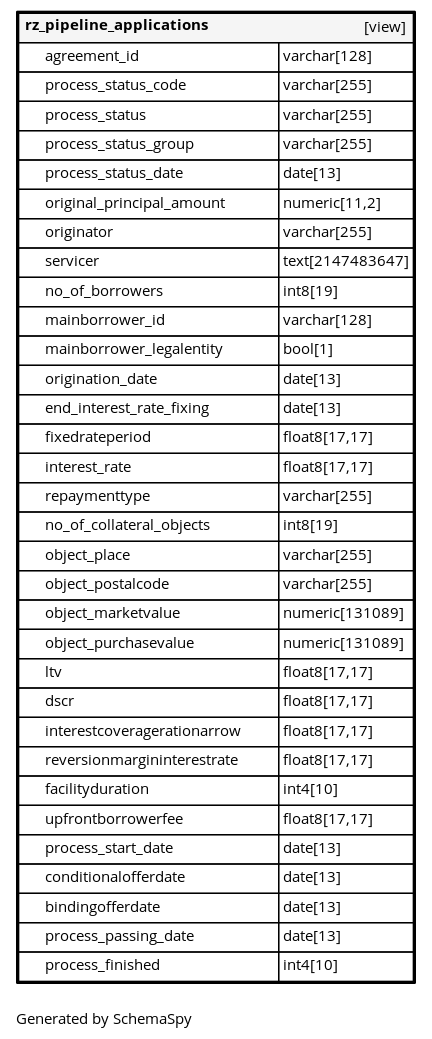
Above: db_standardzone_version01/diagrams/tables/rz_pipeline_applications.1degree.png in fyndoo/fyndoo.github.io (Graphviz), before the change. Its source is kept beside it as db_standardzone_version01/diagrams/tables/rz_pipeline_applications.1degree.dot.
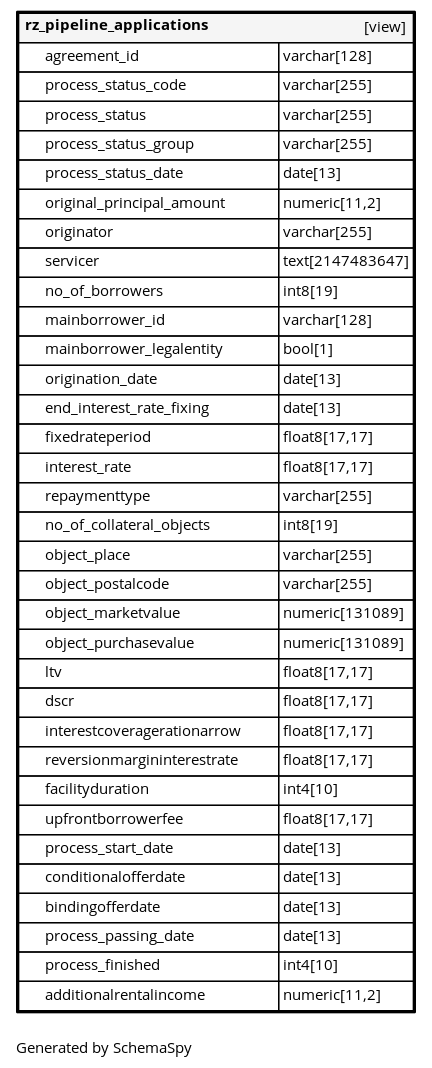
The same diagram one commit later.

The edit, as a diff of the source:
```diff
@@ -54,6 +54,7 @@
       <TR><TD PORT="bindingofferdate" COLSPAN="2" ALIGN="LEFT"><TABLE BORDER="0" CELLSPACING="0" ALIGN="LEFT"><TR ALIGN="LEFT"><TD ALIGN="LEFT" FIXEDSIZE="TRUE" WIDTH="15" HEIGHT="16"></TD><TD ALIGN="LEFT" FIXEDSIZE="TRUE" WIDTH="174" HEIGHT="16">bindingofferdate</TD></TR></TABLE></TD><TD PORT="bindingofferdate.type" ALIGN="LEFT">date[13]</TD></TR>
       <TR><TD PORT="process_passing_date" COLSPAN="2" ALIGN="LEFT"><TABLE BORDER="0" CELLSPACING="0" ALIGN="LEFT"><TR ALIGN="LEFT"><TD ALIGN="LEFT" FIXEDSIZE="TRUE" WIDTH="15" HEIGHT="16"></TD><TD ALIGN="LEFT" FIXEDSIZE="TRUE" WIDTH="174" HEIGHT="16">process_passing_date</TD></TR></TABLE></TD><TD PORT="process_passing_date.type" ALIGN="LEFT">date[13]</TD></TR>
       <TR><TD PORT="process_finished" COLSPAN="2" ALIGN="LEFT"><TABLE BORDER="0" CELLSPACING="0" ALIGN="LEFT"><TR ALIGN="LEFT"><TD ALIGN="LEFT" FIXEDSIZE="TRUE" WIDTH="15" HEIGHT="16"></TD><TD ALIGN="LEFT" FIXEDSIZE="TRUE" WIDTH="174" HEIGHT="16">process_finished</TD></TR></TABLE></TD><TD PORT="process_finished.type" ALIGN="LEFT">int4[10]</TD></TR>
+      <TR><TD PORT="additionalrentalincome" COLSPAN="2" ALIGN="LEFT"><TABLE BORDER="0" CELLSPACING="0" ALIGN="LEFT"><TR ALIGN="LEFT"><TD ALIGN="LEFT" FIXEDSIZE="TRUE" WIDTH="15" HEIGHT="16"></TD><TD ALIGN="LEFT" FIXEDSIZE="TRUE" WIDTH="174" HEIGHT="16">additionalrentalincome</TD></TR></TABLE></TD><TD PORT="additionalrentalincome.type" ALIGN="LEFT">numeric[11,2]</TD></TR>
     </TABLE>>
     URL="rz_pipeline_applications.html"
     target="_top"
```
